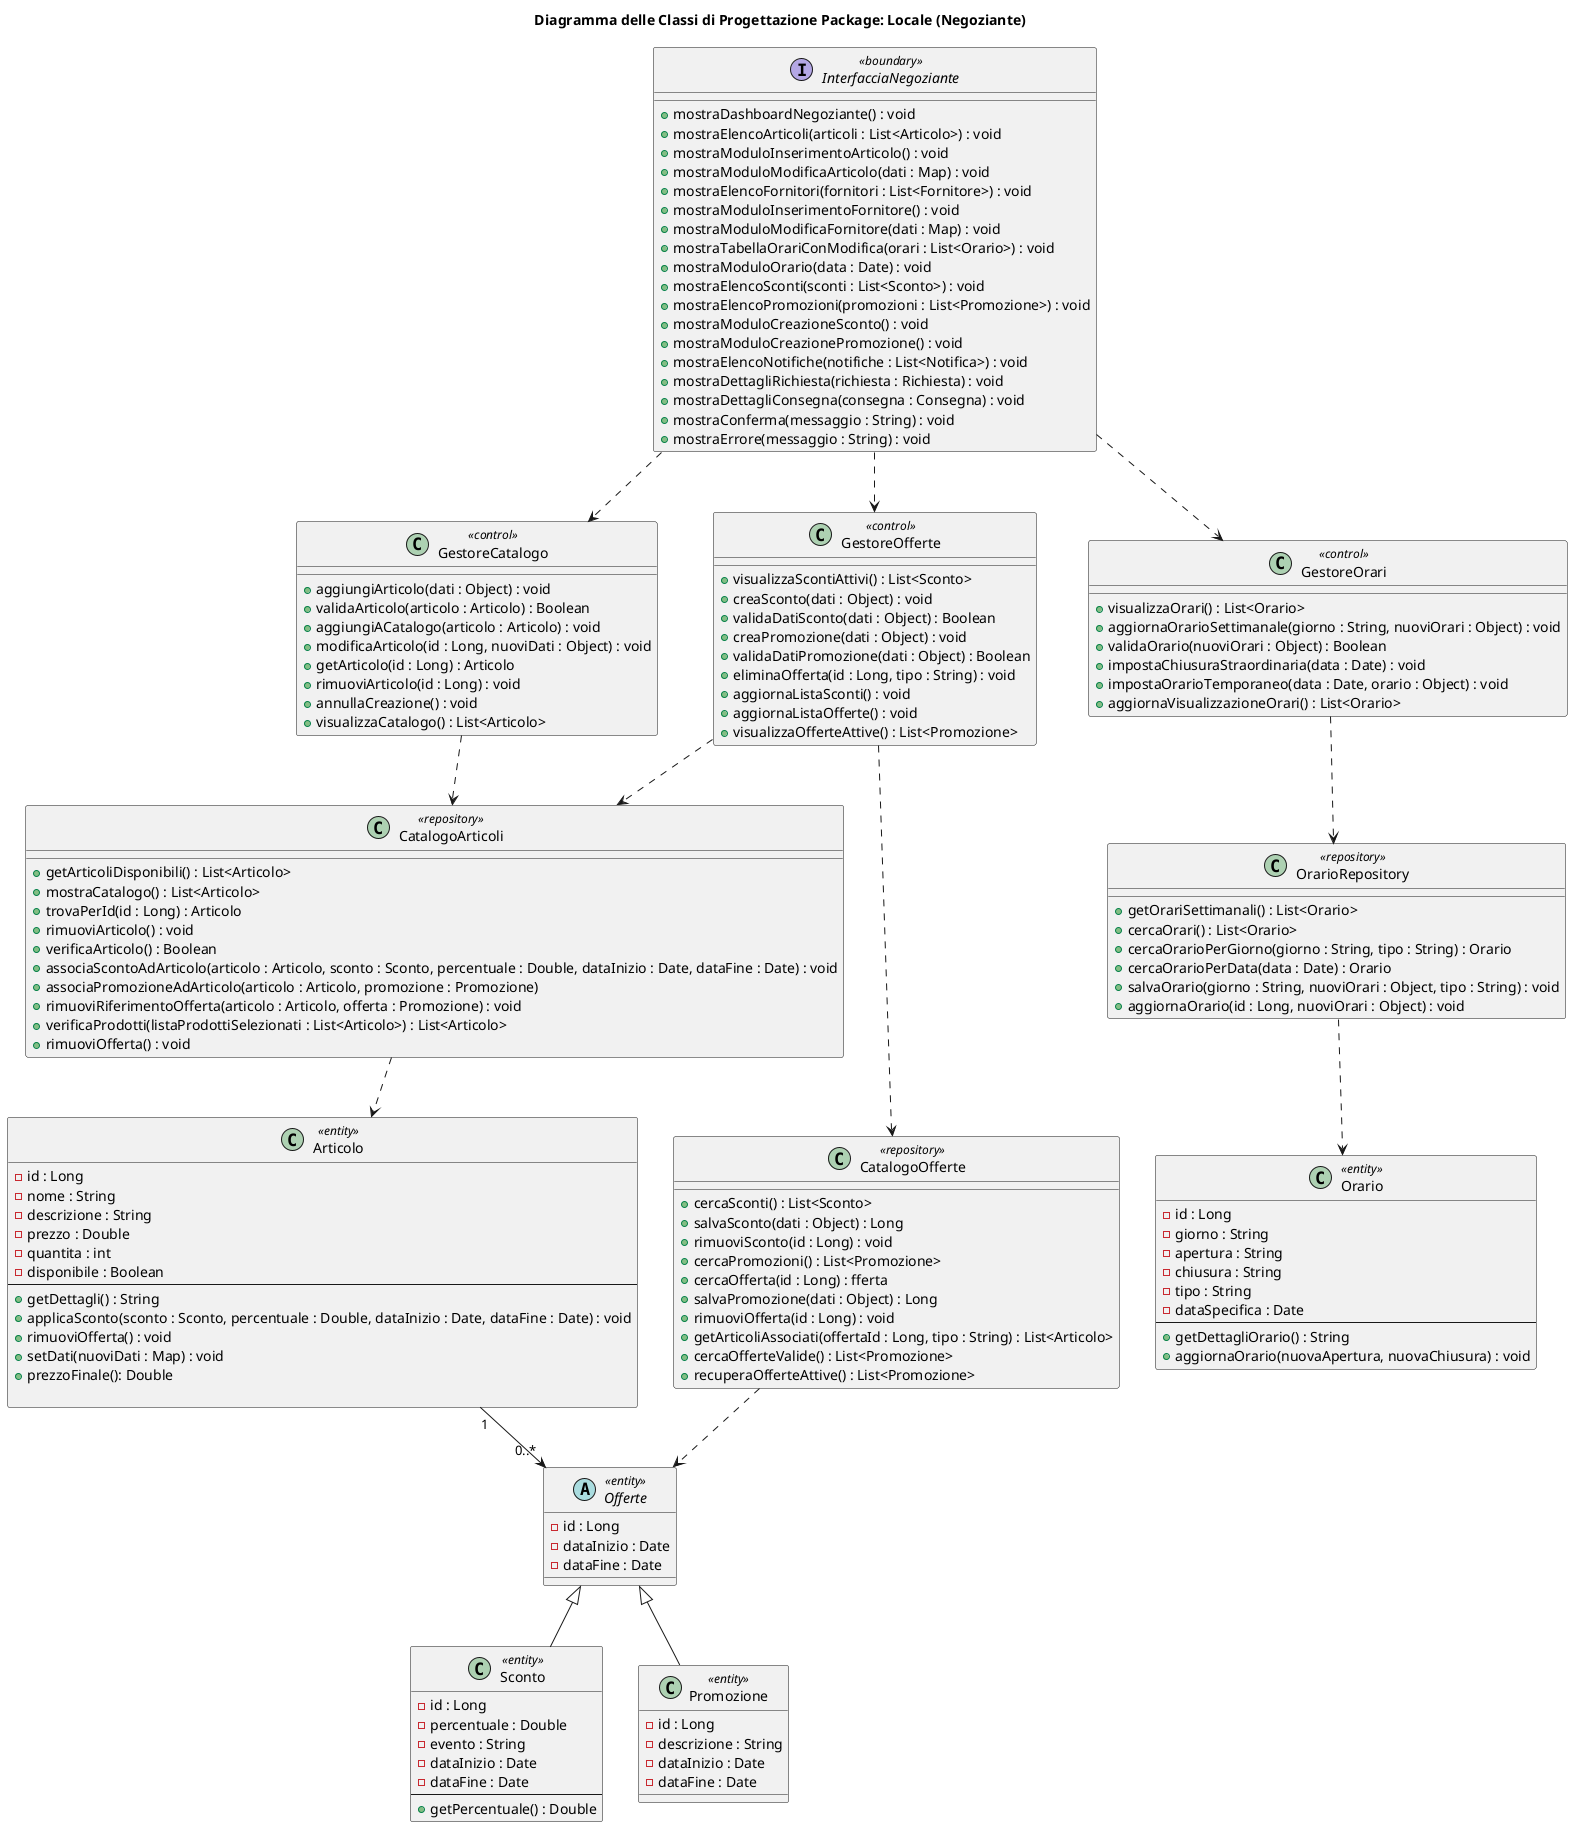
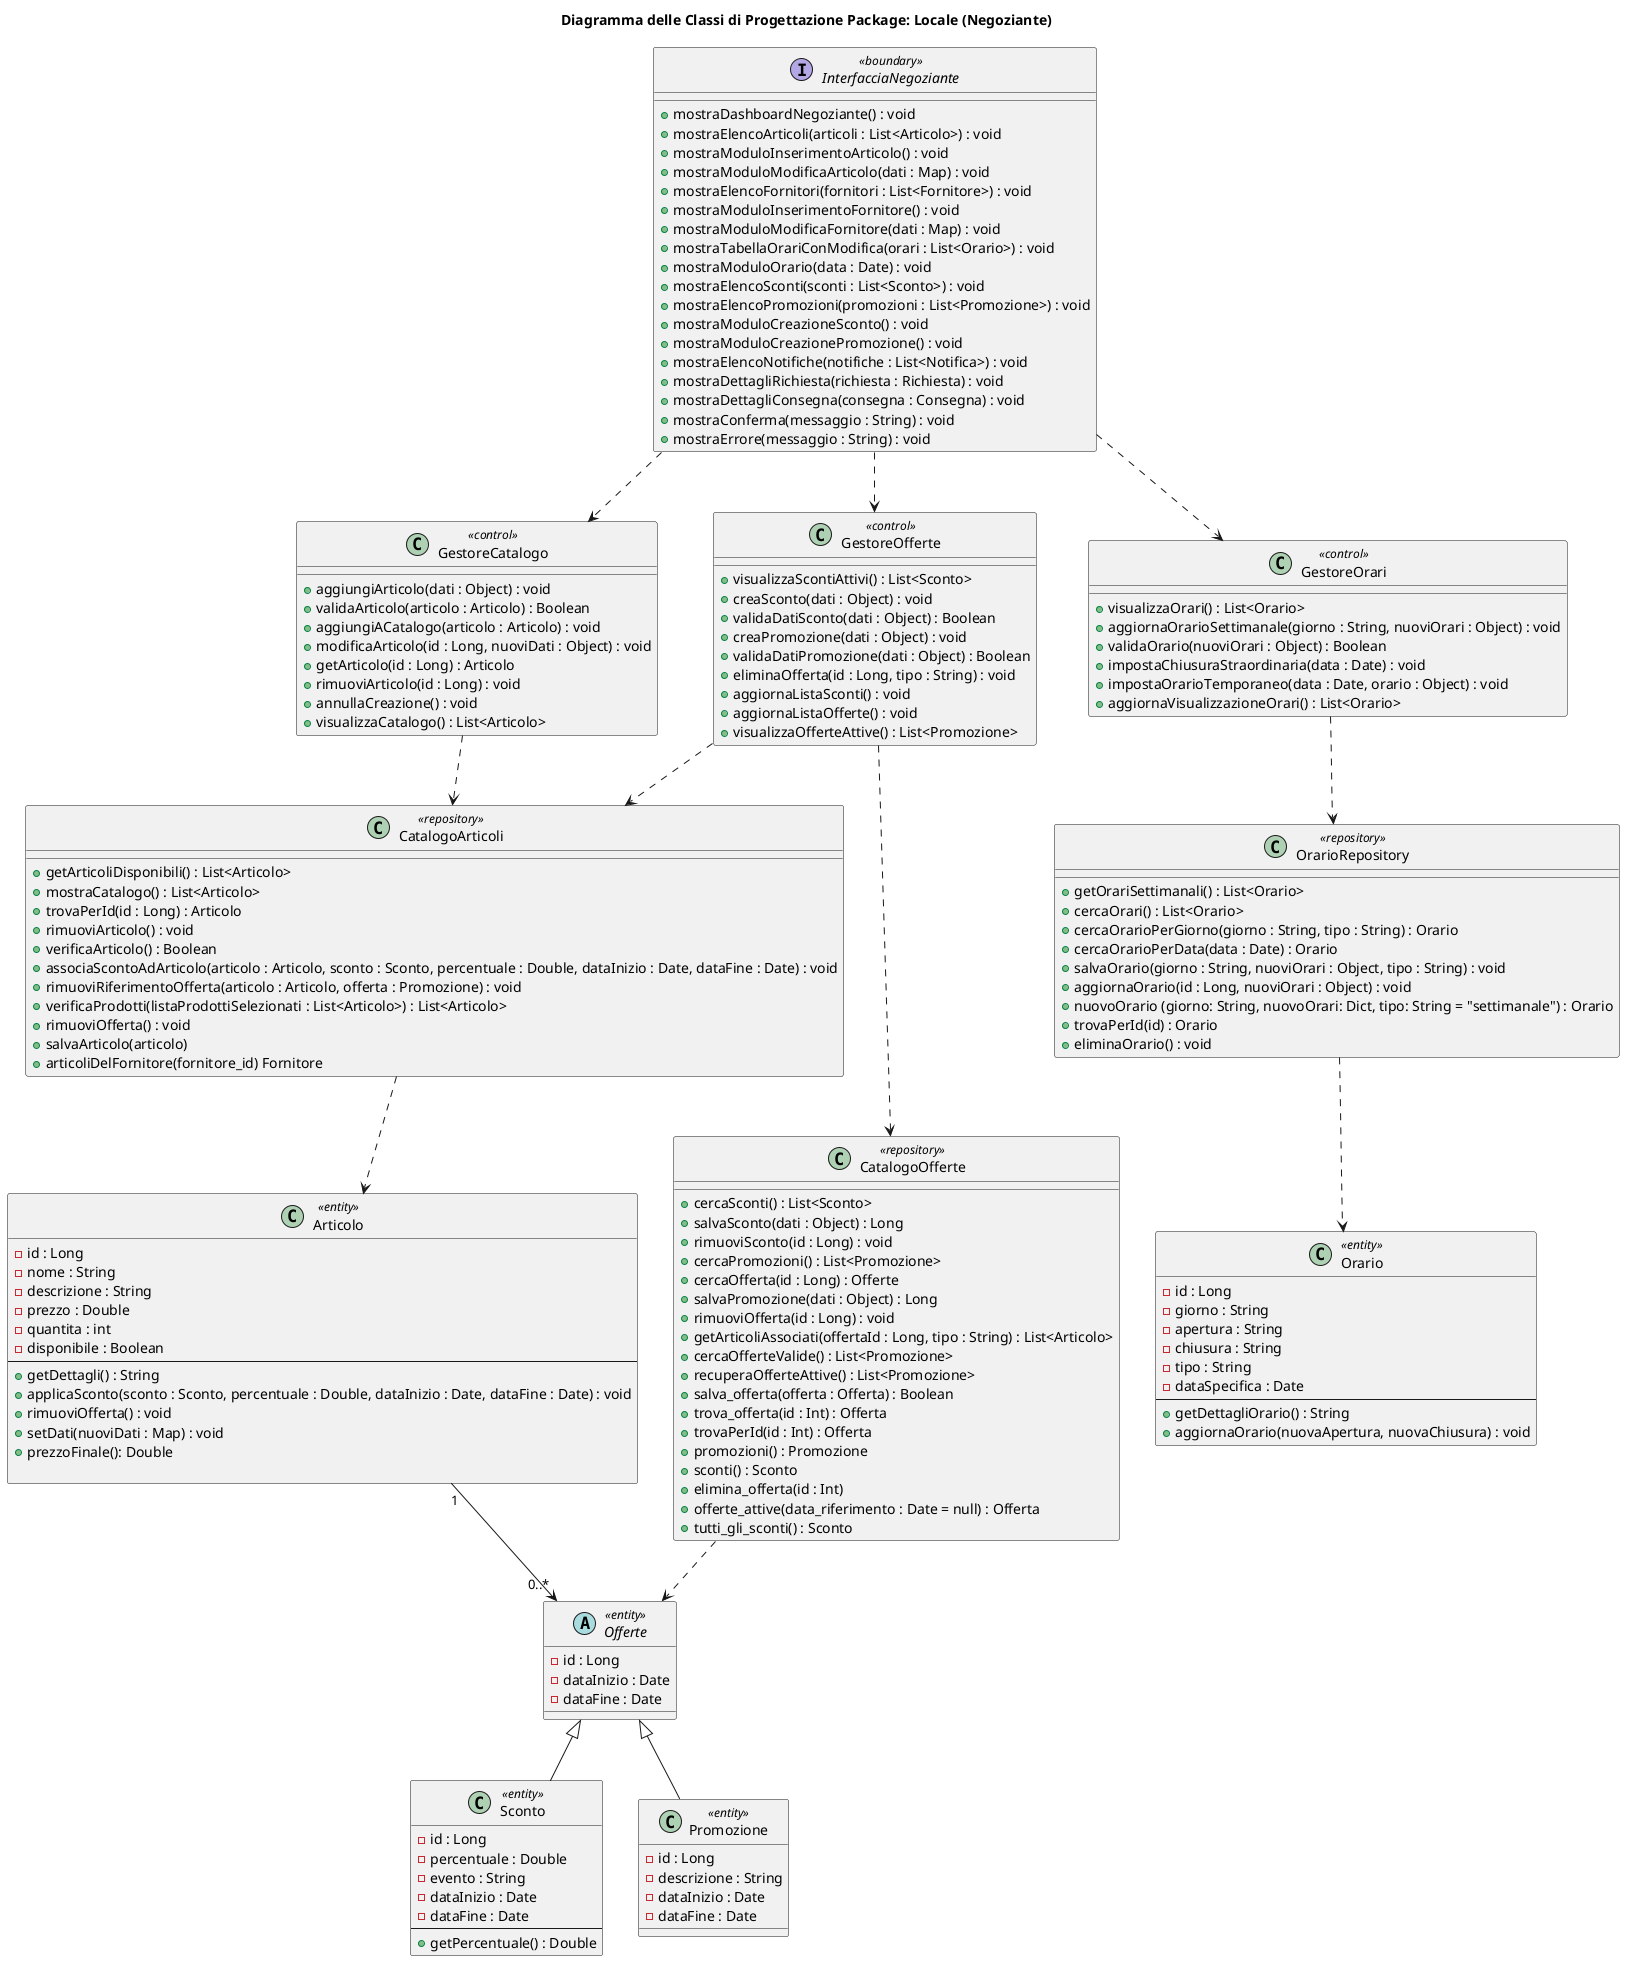
@startuml
title Diagramma delle Classi di Progettazione Package: Locale (Negoziante)


interface InterfacciaNegoziante <<boundary>>
class GestoreCatalogo <<control>>
class GestoreOfferte <<control>>
class GestoreOrari <<control>>
class Offerte <<entity>>
class CatalogoArticoli <<entity>>
class OrarioRepository <<repository>>
class CatalogoOfferte <<repository>>


interface "InterfacciaNegoziante" <<boundary>> {
    ' Dashboard
    + mostraDashboardNegoziante() : void
    ' Gestione Catalogo
    + mostraElencoArticoli(articoli : List<Articolo>) : void
    + mostraModuloInserimentoArticolo() : void
    + mostraModuloModificaArticolo(dati : Map) : void
    ' Gestione Fornitori
    + mostraElencoFornitori(fornitori : List<Fornitore>) : void
    + mostraModuloInserimentoFornitore() : void
    + mostraModuloModificaFornitore(dati : Map) : void
    ' Gestione Orari
    + mostraTabellaOrariConModifica(orari : List<Orario>) : void
    + mostraModuloOrario(data : Date) : void
    ' Gestione Offerte
    + mostraElencoSconti(sconti : List<Sconto>) : void
    + mostraElencoPromozioni(promozioni : List<Promozione>) : void
    + mostraModuloCreazioneSconto() : void
    + mostraModuloCreazionePromozione() : void
    ' Gestione Notifiche
    + mostraElencoNotifiche(notifiche : List<Notifica>) : void
    + mostraDettagliRichiesta(richiesta : Richiesta) : void
    + mostraDettagliConsegna(consegna : Consegna) : void
    ' Messaggi comuni
    + mostraConferma(messaggio : String) : void
    + mostraErrore(messaggio : String) : void
}
class GestoreCatalogo <<control>> {
    + aggiungiArticolo(dati : Object) : void
    + validaArticolo(articolo : Articolo) : Boolean
    + aggiungiACatalogo(articolo : Articolo) : void
    + modificaArticolo(id : Long, nuoviDati : Object) : void
    + getArticolo(id : Long) : Articolo
    + rimuoviArticolo(id : Long) : void
    + annullaCreazione() : void
    + visualizzaCatalogo() : List<Articolo>
}

class GestoreOfferte <<control>> {
    + visualizzaScontiAttivi() : List<Sconto>
    + creaSconto(dati : Object) : void
    + validaDatiSconto(dati : Object) : Boolean
    + creaPromozione(dati : Object) : void
    + validaDatiPromozione(dati : Object) : Boolean
    + eliminaOfferta(id : Long, tipo : String) : void
    + aggiornaListaSconti() : void
    + aggiornaListaOfferte() : void
    + visualizzaOfferteAttive() : List<Promozione>
}

class GestoreOrari <<control>> {
    + visualizzaOrari() : List<Orario>
    + aggiornaOrarioSettimanale(giorno : String, nuoviOrari : Object) : void
    + validaOrario(nuoviOrari : Object) : Boolean
    + impostaChiusuraStraordinaria(data : Date) : void
    + impostaOrarioTemporaneo(data : Date, orario : Object) : void
    + aggiornaVisualizzazioneOrari() : List<Orario>
}
class OrarioRepository <<repository>> {
    + getOrariSettimanali() : List<Orario>
    + cercaOrari() : List<Orario>
    + cercaOrarioPerGiorno(giorno : String, tipo : String) : Orario
    + cercaOrarioPerData(data : Date) : Orario
    + salvaOrario(giorno : String, nuoviOrari : Object, tipo : String) : void
    + aggiornaOrario(id : Long, nuoviOrari : Object) : void
+     + nuovoOrario (giorno: String, nuovoOrari: Dict, tipo: String = "settimanale") : Orario
+     + trovaPerId(id) : Orario
+     + eliminaOrario() : void
}

class CatalogoArticoli <<repository>> {
    + getArticoliDisponibili() : List<Articolo>
    + mostraCatalogo() : List<Articolo>
    + trovaPerId(id : Long) : Articolo
    + rimuoviArticolo() : void
    + verificaArticolo() : Boolean
    + associaScontoAdArticolo(articolo : Articolo, sconto : Sconto, percentuale : Double, dataInizio : Date, dataFine : Date) : void
-     + associaPromozioneAdArticolo(articolo : Articolo, promozione : Promozione)
    + rimuoviRiferimentoOfferta(articolo : Articolo, offerta : Promozione) : void
    + verificaProdotti(listaProdottiSelezionati : List<Articolo>) : List<Articolo>
    + rimuoviOfferta() : void
+     + salvaArticolo(articolo)
+     + articoliDelFornitore(fornitore_id) Fornitore
}

class CatalogoOfferte <<repository>> {
    + cercaSconti() : List<Sconto>
    + salvaSconto(dati : Object) : Long
    + rimuoviSconto(id : Long) : void
    + cercaPromozioni() : List<Promozione>
-     + cercaOfferta(id : Long) : fferta
+     + cercaOfferta(id : Long) : Offerte
    + salvaPromozione(dati : Object) : Long
    + rimuoviOfferta(id : Long) : void
    + getArticoliAssociati(offertaId : Long, tipo : String) : List<Articolo>
    + cercaOfferteValide() : List<Promozione>
    + recuperaOfferteAttive() : List<Promozione>
+     + salva_offerta(offerta : Offerta) : Boolean
+     + trova_offerta(id : Int) : Offerta
+     + trovaPerId(id : Int) : Offerta
+     + promozioni() : Promozione
+     + sconti() : Sconto
+     + elimina_offerta(id : Int)
+     + offerte_attive(data_riferimento : Date = null) : Offerta
+     + tutti_gli_sconti() : Sconto
}
class Articolo <<entity>> {
    - id : Long
    - nome : String
    - descrizione : String
    - prezzo : Double
    - quantita : int
    - disponibile : Boolean
    --
    + getDettagli() : String
    + applicaSconto(sconto : Sconto, percentuale : Double, dataInizio : Date, dataFine : Date) : void
    + rimuoviOfferta() : void
    + setDati(nuoviDati : Map) : void
    + prezzoFinale(): Double

}


abstract class Offerte <<entity>> {
    - id : Long
    - dataInizio : Date
    - dataFine : Date
}

class Sconto <<entity>> {
    - id : Long
    - percentuale : Double
    - evento : String
    - dataInizio : Date
    - dataFine : Date
    --
    +getPercentuale() : Double
}

class Promozione <<entity>> {
    - id : Long
    - descrizione : String
    - dataInizio : Date
    - dataFine : Date
}

class Orario <<entity>> {
    - id : Long
    - giorno : String
    - apertura : String
    - chiusura : String
    - tipo : String
    - dataSpecifica : Date
    --
    + getDettagliOrario() : String
    + aggiornaOrario(nuovaApertura, nuovaChiusura) : void
}

Offerte <|-- Sconto
Offerte <|-- Promozione

CatalogoArticoli ..> Articolo
Articolo "1" --> "0..*" Offerte

InterfacciaNegoziante ..> GestoreOrari
GestoreOrari ..> OrarioRepository
InterfacciaNegoziante ..> GestoreOfferte
GestoreOfferte ..> CatalogoOfferte
GestoreOfferte ..> CatalogoArticoli
InterfacciaNegoziante ..> GestoreCatalogo
GestoreCatalogo ..> CatalogoArticoli
OrarioRepository ..> Orario
CatalogoOfferte ..> Offerte


@enduml